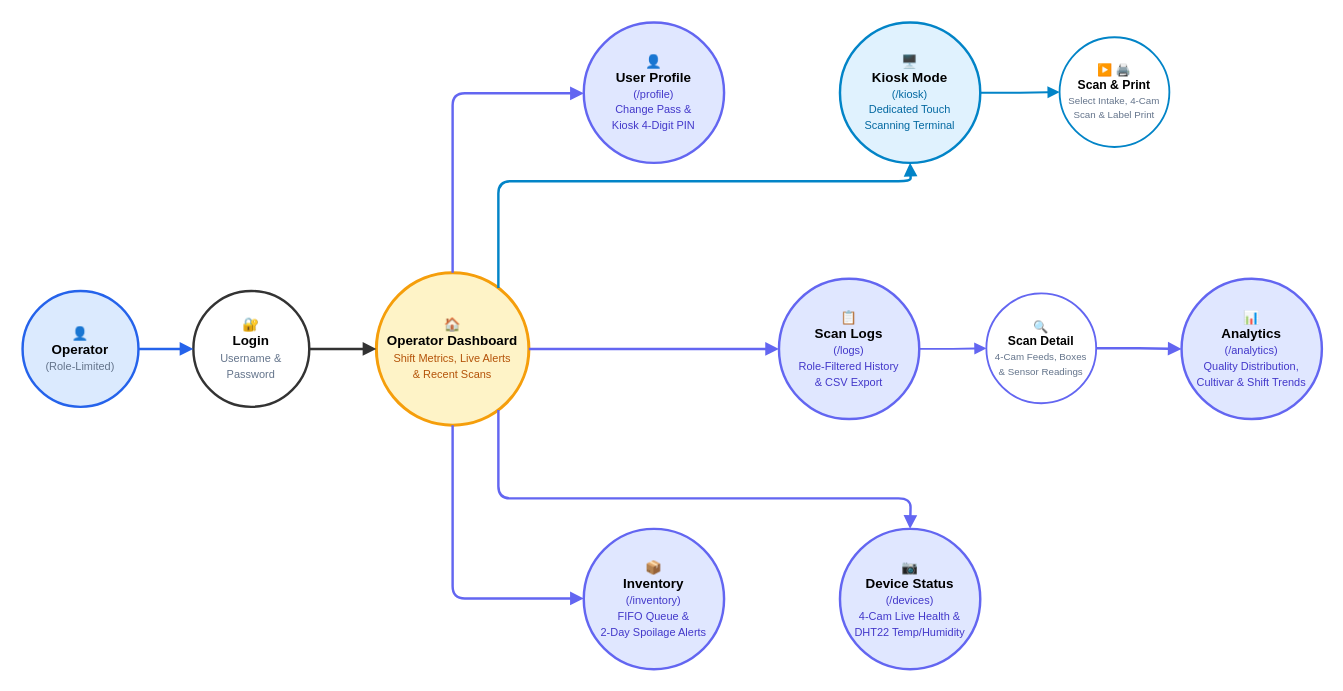
Before: docs/bananavision-docs/docs/workflows/workflow_operator.drawio in BlackShark404/BananaVision, a draw.io diagram. Source tidied: cells renumbered, new cells numbered last; positions are measured from the earlier drawing's top-left corner, leaving out a move shared by most shapes. Both pictures are drawn from the tidied source at 122%, with x=0, y=0 at pixel (22, 22).
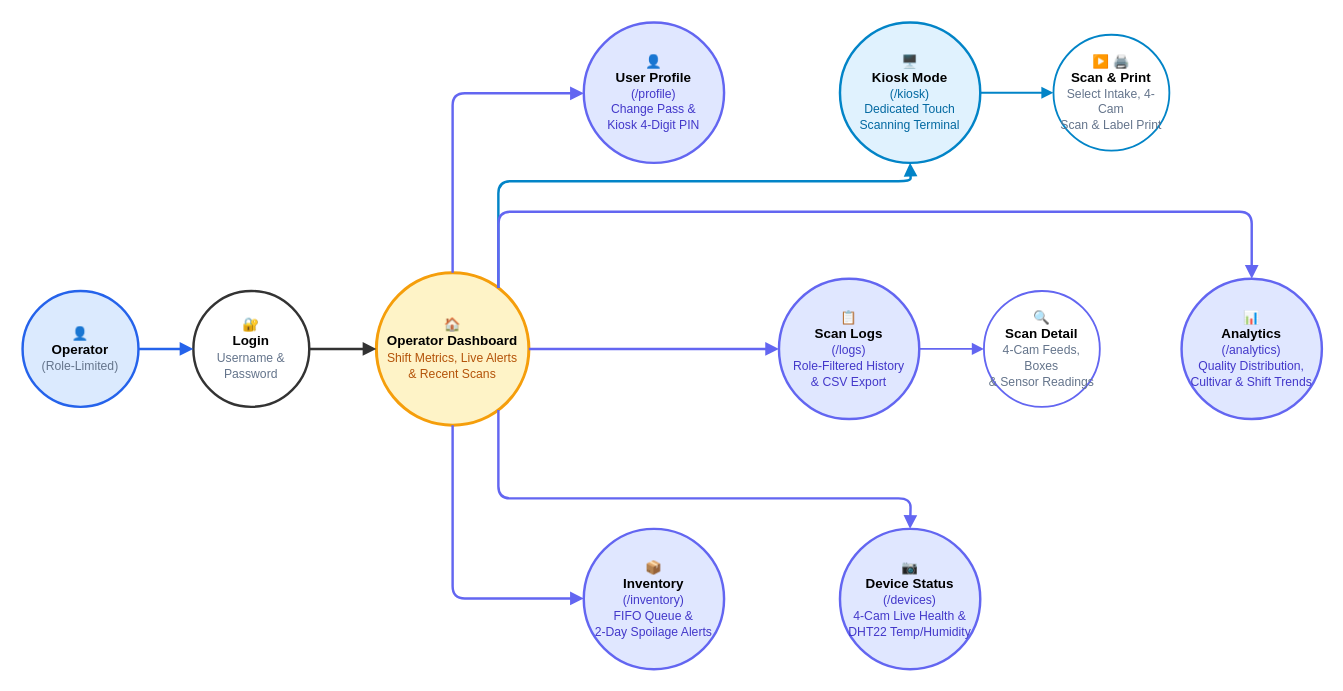
After the change.

Commit message (it also covers changes not shown here):
style: update font sizes and geometry in workflow diagram drawio files

What changed in the source:
```diff
@@
-    <mxCell id="2" value="👤&lt;br&gt;&lt;b&gt;Operator&lt;/b&gt;&lt;br&gt;&lt;font color=&quot;#64748b&quot; style=&quot;font-size: 9px;&quot;&gt;(Role-Limited)&lt;/font&gt;" style="ellipse;whiteSpace=wrap;html=1;fillColor=#dbeafe;strokeColor=#2563eb;strokeWidth=2;fontSize=11;" parent="1" vertex="1">
+    <mxCell id="2" value="👤&lt;br&gt;&lt;b&gt;Operator&lt;/b&gt;&lt;br&gt;&lt;font color=&quot;#64748b&quot; style=&quot;font-size: 10px;&quot;&gt;(Role-Limited)&lt;/font&gt;" style="ellipse;whiteSpace=wrap;html=1;fillColor=#dbeafe;strokeColor=#2563eb;strokeWidth=2;fontSize=11;" parent="1" vertex="1">
       <mxGeometry y="220" width="95" height="95" as="geometry" />
     </mxCell>
-    <mxCell id="3" value="🔐&lt;br&gt;&lt;b&gt;Login&lt;/b&gt;&lt;br&gt;&lt;font color=&quot;#64748b&quot; style=&quot;font-size: 9px;&quot;&gt;Username &amp;amp;&lt;br&gt;Password&lt;/font&gt;" style="ellipse;whiteSpace=wrap;html=1;fillColor=#ffffff;strokeColor=#333333;strokeWidth=2;fontSize=11;" parent="1" vertex="1">
+    <mxCell id="3" value="🔐&lt;br&gt;&lt;b&gt;Login&lt;/b&gt;&lt;br&gt;&lt;font color=&quot;#64748b&quot; style=&quot;font-size: 10px;&quot;&gt;Username &amp;amp;&lt;br&gt;Password&lt;/font&gt;" style="ellipse;whiteSpace=wrap;html=1;fillColor=#ffffff;strokeColor=#333333;strokeWidth=2;fontSize=11;" parent="1" vertex="1">
       <mxGeometry x="140" y="220" width="95" height="95" as="geometry" />
     </mxCell>
-    <mxCell id="4" value="🏠&lt;br&gt;&lt;b&gt;Operator Dashboard&lt;/b&gt;&lt;br&gt;&lt;font color=&quot;#b45309&quot; style=&quot;font-size: 9px;&quot;&gt;Shift Metrics, Live Alerts&lt;br&gt;&amp;amp; Recent Scans&lt;/font&gt;" style="ellipse;whiteSpace=wrap;html=1;fillColor=#fef3c7;strokeColor=#f59e0b;strokeWidth=2.5;fontSize=11;" parent="1" vertex="1">
+    <mxCell id="4" value="🏠&lt;br&gt;&lt;b&gt;Operator Dashboard&lt;/b&gt;&lt;br&gt;&lt;font color=&quot;#b45309&quot; style=&quot;font-size: 10px;&quot;&gt;Shift Metrics, Live Alerts&lt;br&gt;&amp;amp; Recent Scans&lt;/font&gt;" style="ellipse;whiteSpace=wrap;html=1;fillColor=#fef3c7;strokeColor=#f59e0b;strokeWidth=2.5;fontSize=11;" parent="1" vertex="1">
       <mxGeometry x="290" y="205" width="125" height="125" as="geometry" />
     </mxCell>
-    <mxCell id="5" value="👤&lt;br&gt;&lt;b&gt;User Profile&lt;/b&gt;&lt;br&gt;&lt;font color=&quot;#4338ca&quot; style=&quot;font-size: 9px;&quot;&gt;(/profile)&lt;br&gt;Change Pass &amp;amp;&lt;br&gt;Kiosk 4-Digit PIN&lt;/font&gt;" style="ellipse;whiteSpace=wrap;html=1;fillColor=#e0e7ff;strokeColor=#6366f1;strokeWidth=2;fontSize=11;" parent="1" vertex="1">
+    <mxCell id="5" value="👤&lt;br&gt;&lt;b&gt;User Profile&lt;/b&gt;&lt;br&gt;&lt;font color=&quot;#4338ca&quot; style=&quot;font-size: 10px;&quot;&gt;(/profile)&lt;br&gt;Change Pass &amp;amp;&lt;br&gt;Kiosk 4-Digit PIN&lt;/font&gt;" style="ellipse;whiteSpace=wrap;html=1;fillColor=#e0e7ff;strokeColor=#6366f1;strokeWidth=2;fontSize=11;" parent="1" vertex="1">
       <mxGeometry x="460" width="115" height="115" as="geometry" />
     </mxCell>
-    <mxCell id="6" value="🖥️&lt;br&gt;&lt;b&gt;Kiosk Mode&lt;/b&gt;&lt;br&gt;&lt;font color=&quot;#0369a1&quot; style=&quot;font-size: 9px;&quot;&gt;(/kiosk)&lt;br&gt;Dedicated Touch&lt;br&gt;Scanning Terminal&lt;/font&gt;" style="ellipse;whiteSpace=wrap;html=1;fillColor=#e0f2fe;strokeColor=#0284c7;strokeWidth=2;fontSize=11;" parent="1" vertex="1">
+    <mxCell id="6" value="🖥️&lt;br&gt;&lt;b&gt;Kiosk Mode&lt;/b&gt;&lt;br&gt;&lt;font color=&quot;#0369a1&quot; style=&quot;font-size: 10px;&quot;&gt;(/kiosk)&lt;br&gt;Dedicated Touch&lt;br&gt;Scanning Terminal&lt;/font&gt;" style="ellipse;whiteSpace=wrap;html=1;fillColor=#e0f2fe;strokeColor=#0284c7;strokeWidth=2;fontSize=11;" parent="1" vertex="1">
       <mxGeometry x="670" width="115" height="115" as="geometry" />
     </mxCell>
-    <mxCell id="7" value="▶️ 🖨️&lt;br&gt;&lt;b&gt;Scan &amp;amp; Print&lt;/b&gt;&lt;br&gt;&lt;font color=&quot;#64748b&quot; style=&quot;font-size: 8px;&quot;&gt;Select Intake, 4-Cam&lt;br&gt;Scan &amp;amp; Label Print&lt;/font&gt;" style="ellipse;whiteSpace=wrap;html=1;fillColor=#ffffff;strokeColor=#0284c7;strokeWidth=1.5;fontSize=10;" parent="1" vertex="1">
-      <mxGeometry x="850" y="12" width="90" height="90" as="geometry" />
+    <mxCell id="7" value="▶️ 🖨️&lt;br&gt;&lt;b&gt;Scan &amp;amp; Print&lt;/b&gt;&lt;br&gt;&lt;font color=&quot;#64748b&quot; style=&quot;font-size: 10px;&quot;&gt;Select Intake, 4-Cam&lt;br&gt;Scan &amp;amp; Label Print&lt;/font&gt;" style="ellipse;whiteSpace=wrap;html=1;fillColor=#ffffff;strokeColor=#0284c7;strokeWidth=1.5;fontSize=11;" parent="1" vertex="1">
+      <mxGeometry x="845" y="10" width="95" height="95" as="geometry" />
     </mxCell>
-    <mxCell id="8" value="📋&lt;br&gt;&lt;b&gt;Scan Logs&lt;/b&gt;&lt;br&gt;&lt;font color=&quot;#4338ca&quot; style=&quot;font-size: 9px;&quot;&gt;(/logs)&lt;br&gt;Role-Filtered History&lt;br&gt;&amp;amp; CSV Export&lt;/font&gt;" style="ellipse;whiteSpace=wrap;html=1;fillColor=#e0e7ff;strokeColor=#6366f1;strokeWidth=2;fontSize=11;" parent="1" vertex="1">
+    <mxCell id="8" value="📋&lt;br&gt;&lt;b&gt;Scan Logs&lt;/b&gt;&lt;br&gt;&lt;font color=&quot;#4338ca&quot; style=&quot;font-size: 10px;&quot;&gt;(/logs)&lt;br&gt;Role-Filtered History&lt;br&gt;&amp;amp; CSV Export&lt;/font&gt;" style="ellipse;whiteSpace=wrap;html=1;fillColor=#e0e7ff;strokeColor=#6366f1;strokeWidth=2;fontSize=11;" parent="1" vertex="1">
       <mxGeometry x="620" y="210" width="115" height="115" as="geometry" />
     </mxCell>
-    <mxCell id="9" value="🔍&lt;br&gt;&lt;b&gt;Scan Detail&lt;/b&gt;&lt;br&gt;&lt;font color=&quot;#64748b&quot; style=&quot;font-size: 8px;&quot;&gt;4-Cam Feeds, Boxes&lt;br&gt;&amp;amp; Sensor Readings&lt;/font&gt;" style="ellipse;whiteSpace=wrap;html=1;fillColor=#ffffff;strokeColor=#6366f1;strokeWidth=1.5;fontSize=10;" parent="1" vertex="1">
-      <mxGeometry x="790" y="222" width="90" height="90" as="geometry" />
+    <mxCell id="9" value="🔍&lt;br&gt;&lt;b&gt;Scan Detail&lt;/b&gt;&lt;br&gt;&lt;font color=&quot;#64748b&quot; style=&quot;font-size: 10px;&quot;&gt;4-Cam Feeds, Boxes&lt;br&gt;&amp;amp; Sensor Readings&lt;/font&gt;" style="ellipse;whiteSpace=wrap;html=1;fillColor=#ffffff;strokeColor=#6366f1;strokeWidth=1.5;fontSize=11;" parent="1" vertex="1">
+      <mxGeometry x="788" y="220" width="95" height="95" as="geometry" />
     </mxCell>
-    <mxCell id="10" value="📊&lt;br&gt;&lt;b&gt;Analytics&lt;/b&gt;&lt;br&gt;&lt;font color=&quot;#4338ca&quot; style=&quot;font-size: 9px;&quot;&gt;(/analytics)&lt;br&gt;Quality Distribution,&lt;br&gt;Cultivar &amp;amp; Shift Trends&lt;/font&gt;" style="ellipse;whiteSpace=wrap;html=1;fillColor=#e0e7ff;strokeColor=#6366f1;strokeWidth=2;fontSize=11;" parent="1" vertex="1">
+    <mxCell id="10" value="📊&lt;br&gt;&lt;b&gt;Analytics&lt;/b&gt;&lt;br&gt;&lt;font color=&quot;#4338ca&quot; style=&quot;font-size: 10px;&quot;&gt;(/analytics)&lt;br&gt;Quality Distribution,&lt;br&gt;Cultivar &amp;amp; Shift Trends&lt;/font&gt;" style="ellipse;whiteSpace=wrap;html=1;fillColor=#e0e7ff;strokeColor=#6366f1;strokeWidth=2;fontSize=11;" parent="1" vertex="1">
       <mxGeometry x="950" y="210" width="115" height="115" as="geometry" />
     </mxCell>
-    <mxCell id="11" value="📦&lt;br&gt;&lt;b&gt;Inventory&lt;/b&gt;&lt;br&gt;&lt;font color=&quot;#4338ca&quot; style=&quot;font-size: 9px;&quot;&gt;(/inventory)&lt;br&gt;FIFO Queue &amp;amp;&lt;br&gt;2-Day Spoilage Alerts&lt;/font&gt;" style="ellipse;whiteSpace=wrap;html=1;fillColor=#e0e7ff;strokeColor=#6366f1;strokeWidth=2;fontSize=11;" parent="1" vertex="1">
+    <mxCell id="11" value="📦&lt;br&gt;&lt;b&gt;Inventory&lt;/b&gt;&lt;br&gt;&lt;font color=&quot;#4338ca&quot; style=&quot;font-size: 10px;&quot;&gt;(/inventory)&lt;br&gt;FIFO Queue &amp;amp;&lt;br&gt;2-Day Spoilage Alerts&lt;/font&gt;" style="ellipse;whiteSpace=wrap;html=1;fillColor=#e0e7ff;strokeColor=#6366f1;strokeWidth=2;fontSize=11;" parent="1" vertex="1">
       <mxGeometry x="460" y="415" width="115" height="115" as="geometry" />
     </mxCell>
-    <mxCell id="12" value="📷&lt;br&gt;&lt;b&gt;Device Status&lt;/b&gt;&lt;br&gt;&lt;font color=&quot;#4338ca&quot; style=&quot;font-size: 9px;&quot;&gt;(/devices)&lt;br&gt;4-Cam Live Health &amp;amp;&lt;br&gt;DHT22 Temp/Humidity&lt;/font&gt;" style="ellipse;whiteSpace=wrap;html=1;fillColor=#e0e7ff;strokeColor=#6366f1;strokeWidth=2;fontSize=11;" parent="1" vertex="1">
+    <mxCell id="12" value="📷&lt;br&gt;&lt;b&gt;Device Status&lt;/b&gt;&lt;br&gt;&lt;font color=&quot;#4338ca&quot; style=&quot;font-size: 10px;&quot;&gt;(/devices)&lt;br&gt;4-Cam Live Health &amp;amp;&lt;br&gt;DHT22 Temp/Humidity&lt;/font&gt;" style="ellipse;whiteSpace=wrap;html=1;fillColor=#e0e7ff;strokeColor=#6366f1;strokeWidth=2;fontSize=11;" parent="1" vertex="1">
       <mxGeometry x="670" y="415" width="115" height="115" as="geometry" />
     </mxCell>
@@
-    <mxCell id="20" style="edgeStyle=orthogonalEdgeStyle;rounded=0;jettySize=auto;html=1;strokeWidth=2;strokeColor=#6366f1;endArrow=block;endFill=1;" parent="1" edge="1" source="9" target="10">
-      <mxGeometry relative="1" as="geometry" />
+    <mxCell id="20" style="edgeStyle=orthogonalEdgeStyle;rounded=1;jettySize=auto;html=1;strokeWidth=2;strokeColor=#6366f1;endArrow=block;endFill=1;entryX=0.5;entryY=0;entryDx=0;entryDy=0;" parent="1" edge="1" source="4" target="10">
+      <mxGeometry relative="1" as="geometry">
+        <Array as="points">
+          <mxPoint x="390" y="155" />
+          <mxPoint x="1008" y="155" />
+        </Array>
+      </mxGeometry>
     </mxCell>
```
